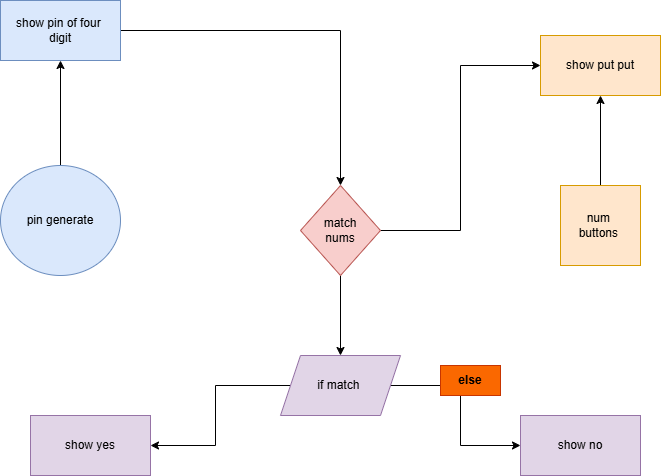
Above: Pin_Generator.png in nh246/Pin_Generator (draw.io), before the change. Source tidied: cells renumbered, new cells last; positions are measured from the earlier drawing's top-left corner, leaving out a move shared by most shapes.
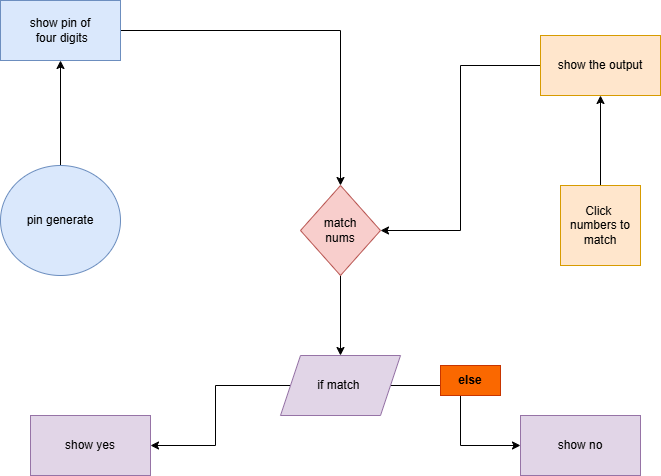
After the change.

Change to the diagram source:
```diff
@@ -11,7 +11,7 @@
     <mxCell id="4" style="edgeStyle=orthogonalEdgeStyle;rounded=0;jettySize=auto;html=1;entryX=0.5;entryY=0;entryDx=0;entryDy=0;" parent="1" edge="1" source="5" target="11">
       <mxGeometry relative="1" as="geometry" />
     </mxCell>
-    <mxCell id="5" value="show pin of four&amp;nbsp;&lt;div&gt;digit&lt;/div&gt;" style="whiteSpace=wrap;html=1;fillColor=#dae8fc;strokeColor=#6c8ebf;" parent="1" vertex="1">
+    <mxCell id="5" value="show pin of&lt;div&gt;&amp;nbsp;four&amp;nbsp;&lt;span style=&quot;background-color: initial;&quot;&gt;digits&lt;/span&gt;&lt;/div&gt;" style="whiteSpace=wrap;html=1;fillColor=#dae8fc;strokeColor=#6c8ebf;" parent="1" vertex="1">
       <mxGeometry width="120" height="60" as="geometry" />
     </mxCell>
     <mxCell id="6" style="edgeStyle=orthogonalEdgeStyle;rounded=0;jettySize=auto;html=1;" parent="1" edge="1" source="7">
@@ -19,15 +19,15 @@
         <mxPoint x="600" y="95" as="targetPoint" />
       </mxGeometry>
     </mxCell>
-    <mxCell id="7" value="num&amp;nbsp;&lt;div&gt;buttons&amp;nbsp;&lt;/div&gt;" style="whiteSpace=wrap;html=1;fillColor=#ffe6cc;strokeColor=#d79b00;" parent="1" vertex="1">
+    <mxCell id="7" value="Click&amp;nbsp;&lt;div&gt;numbers to&lt;/div&gt;&lt;div&gt;match&lt;/div&gt;" style="whiteSpace=wrap;html=1;fillColor=#ffe6cc;strokeColor=#d79b00;" parent="1" vertex="1">
       <mxGeometry x="560" y="185" width="80" height="80" as="geometry" />
     </mxCell>
+    <mxCell id="18" style="edgeStyle=orthogonalEdgeStyle;rounded=0;jettySize=auto;html=1;entryX=1;entryY=0.5;entryDx=0;entryDy=0;" parent="1" edge="1" source="8" target="11">
+      <mxGeometry relative="1" as="geometry" />
+    </mxCell>
-    <mxCell id="8" value="show put put" style="whiteSpace=wrap;html=1;fillColor=#ffe6cc;strokeColor=#d79b00;" parent="1" vertex="1">
+    <mxCell id="8" value="show the output" style="whiteSpace=wrap;html=1;fillColor=#ffe6cc;strokeColor=#d79b00;" parent="1" vertex="1">
       <mxGeometry x="540" y="35" width="120" height="60" as="geometry" />
     </mxCell>
-    <mxCell id="9" style="edgeStyle=orthogonalEdgeStyle;rounded=0;jettySize=auto;html=1;entryX=0;entryY=0.5;entryDx=0;entryDy=0;" parent="1" edge="1" source="11" target="8">
-      <mxGeometry relative="1" as="geometry" />
-    </mxCell>
     <mxCell id="10" style="edgeStyle=orthogonalEdgeStyle;rounded=0;jettySize=auto;html=1;entryX=0.5;entryY=0;entryDx=0;entryDy=0;" parent="1" edge="1" source="11" target="14">
       <mxGeometry relative="1" as="geometry" />
     </mxCell>
```
